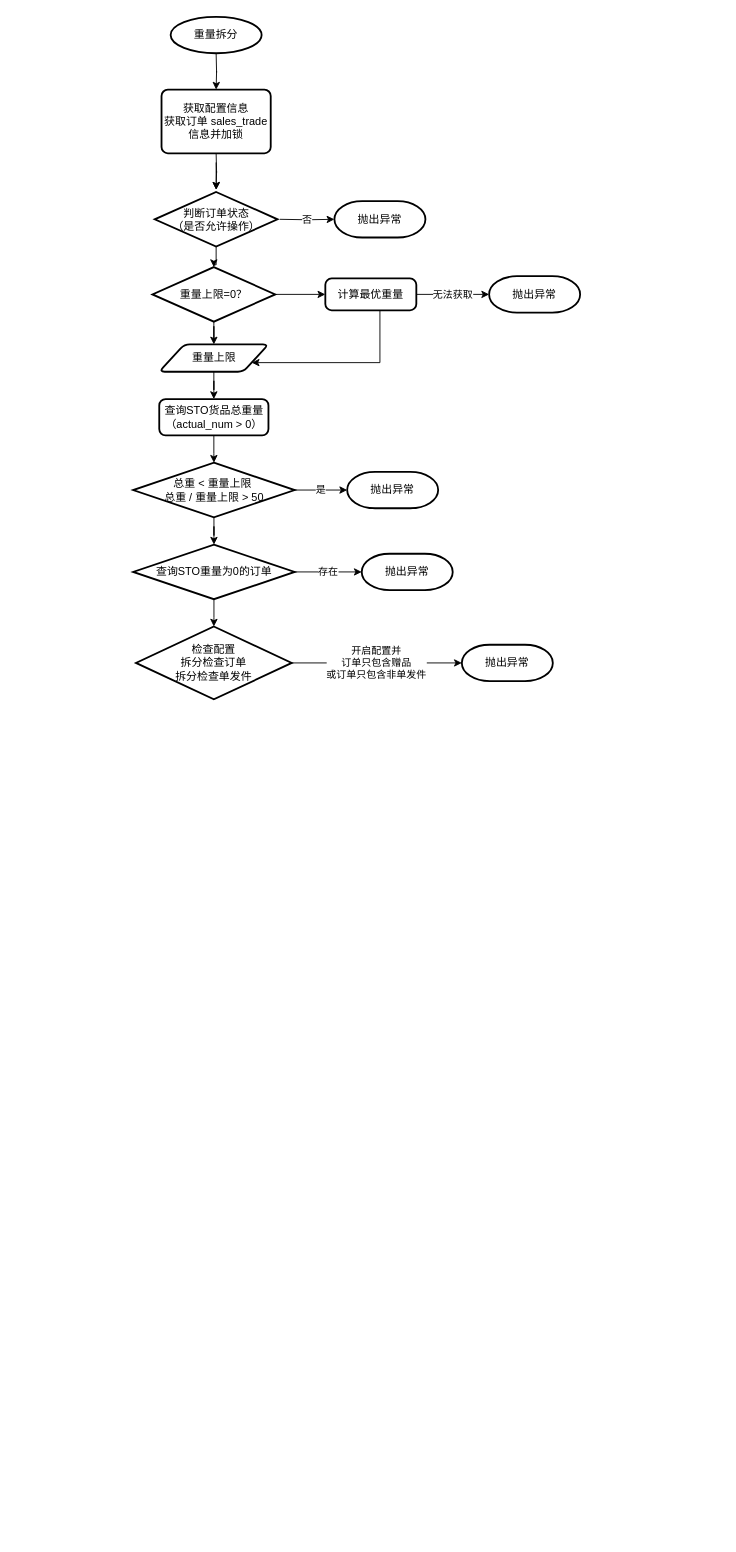
Before: 重量拆分.drawio in letmesayok/MdPic, a draw.io diagram. Source tidied: cells renumbered, new cells numbered last; positions are measured from the earlier drawing's top-left corner, leaving out a move shared by most shapes. Both pictures are drawn from the tidied source at 91%, with x=0, y=0 at pixel (133, 16).
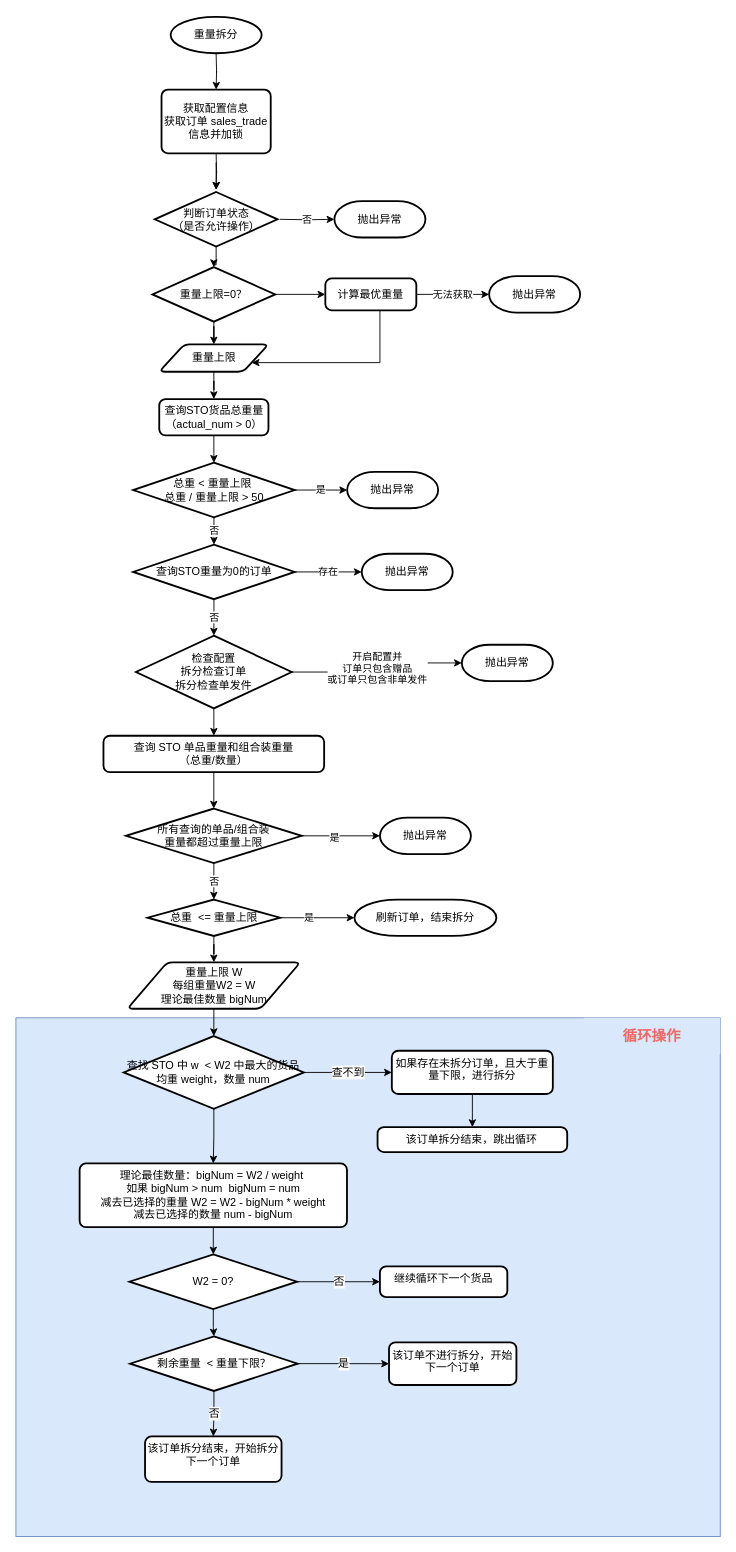
After the change.

Commit message:
更新重量拆分.drawio

Unchanged cells that the change refers to:
```xml
<mxCell id="24" value="总重 &amp;lt; 重量上限&amp;nbsp;&lt;br&gt;总重 / 重量上限 &amp;gt; 50" style="strokeWidth=2;html=1;shape=mxgraph.flowchart.decision;whiteSpace=wrap;" parent="1" vertex="1">
  <mxGeometry x="-0.2" y="490" width="177.5" height="60" as="geometry" />
</mxCell>
<mxCell id="28" value="查询STO重量为0的订单" style="strokeWidth=2;html=1;shape=mxgraph.flowchart.decision;whiteSpace=wrap;" parent="1" vertex="1">
  <mxGeometry x="-0.2" y="580" width="177.5" height="60" as="geometry" />
</mxCell>
```

The edit, as a diff of the source:
```diff
@@
+    <mxCell id="33" style="whiteSpace=wrap;html=1;fillColor=#dae8fc;strokeColor=#6c8ebf;" parent="1" vertex="1">
+      <mxGeometry x="-129" y="1100" width="774" height="570" as="geometry" />
+    </mxCell>
@@
-    <mxCell id="23" style="edgeStyle=orthogonalEdgeStyle;rounded=0;jettySize=auto;html=1;" parent="1" edge="1" source="24" target="28">
+    <mxCell id="23" value="否" style="edgeStyle=orthogonalEdgeStyle;rounded=0;jettySize=auto;html=1;" parent="1" edge="1" source="24" target="28">
       <mxGeometry relative="1" as="geometry" />
     </mxCell>
@@
-    <mxCell id="27" style="edgeStyle=orthogonalEdgeStyle;rounded=0;jettySize=auto;html=1;" parent="1" edge="1" source="28" target="31">
+    <mxCell id="27" value="否" style="edgeStyle=orthogonalEdgeStyle;rounded=0;jettySize=auto;html=1;" parent="1" edge="1" source="28" target="31">
       <mxGeometry relative="1" as="geometry" />
     </mxCell>
@@
+    <mxCell id="34" style="edgeStyle=orthogonalEdgeStyle;rounded=0;jettySize=auto;html=1;" parent="1" edge="1" source="31" target="36">
+      <mxGeometry relative="1" as="geometry" />
+    </mxCell>
     <mxCell id="31" value="检查配置&lt;br&gt;拆分检查订单&lt;br&gt;拆分检查单发件" style="strokeWidth=2;html=1;shape=mxgraph.flowchart.decision;whiteSpace=wrap;" parent="1" vertex="1">
-      <mxGeometry x="2.9" y="670" width="171.2" height="80" as="geometry" />
+      <mxGeometry x="2.9" y="680" width="171.2" height="80" as="geometry" />
     </mxCell>
@@
+    <mxCell id="35" style="edgeStyle=orthogonalEdgeStyle;rounded=0;jettySize=auto;html=1;" parent="1" edge="1" source="36" target="40">
+      <mxGeometry relative="1" as="geometry" />
+    </mxCell>
+    <mxCell id="36" value="查询 STO 单品重量和组合装重量&lt;br&gt;（总重/数量）" style="rounded=1;whiteSpace=wrap;html=1;absoluteArcSize=1;arcSize=14;strokeWidth=2;" parent="1" vertex="1">
+      <mxGeometry x="-32.8" y="790" width="242.5" height="40" as="geometry" />
+    </mxCell>
+    <mxCell id="37" style="edgeStyle=orthogonalEdgeStyle;rounded=0;jettySize=auto;html=1;" parent="1" edge="1" source="40" target="41">
+      <mxGeometry relative="1" as="geometry" />
+    </mxCell>
+    <mxCell id="38" value="是" style="edgeLabel;html=1;align=center;verticalAlign=middle;" parent="37" vertex="1">
+      <mxGeometry x="-0.19" y="-1" relative="1" as="geometry" />
+    </mxCell>
+    <mxCell id="39" value="否&lt;br&gt;" style="edgeStyle=orthogonalEdgeStyle;rounded=0;jettySize=auto;html=1;entryX=0.5;entryY=0;entryDx=0;entryDy=0;entryPerimeter=0;" parent="1" edge="1" source="40" target="45">
+      <mxGeometry relative="1" as="geometry" />
+    </mxCell>
+    <mxCell id="40" value="所有查询的单品/组合装&lt;br&gt;重量都超过重量上限" style="strokeWidth=2;html=1;shape=mxgraph.flowchart.decision;whiteSpace=wrap;" parent="1" vertex="1">
+      <mxGeometry x="-8.1" y="870" width="193.1" height="60" as="geometry" />
+    </mxCell>
+    <mxCell id="41" value="抛出异常" style="strokeWidth=2;html=1;shape=mxgraph.flowchart.terminator;whiteSpace=wrap;" parent="1" vertex="1">
+      <mxGeometry x="271" y="880" width="100" height="40" as="geometry" />
+    </mxCell>
+    <mxCell id="42" style="edgeStyle=orthogonalEdgeStyle;rounded=0;jettySize=auto;html=1;" parent="1" edge="1" source="45" target="46">
+      <mxGeometry relative="1" as="geometry" />
+    </mxCell>
+    <mxCell id="43" value="是" style="edgeLabel;html=1;align=center;verticalAlign=middle;" parent="42" vertex="1">
+      <mxGeometry x="-0.24" y="1" relative="1" as="geometry" />
+    </mxCell>
+    <mxCell id="44" style="edgeStyle=orthogonalEdgeStyle;rounded=0;jettySize=auto;html=1;entryX=0.5;entryY=0;entryDx=0;entryDy=0;fontSize=16;fontColor=#EA6B66;" parent="1" edge="1" source="45" target="48">
+      <mxGeometry relative="1" as="geometry" />
+    </mxCell>
+    <mxCell id="45" value="总重&amp;nbsp; &amp;lt;= 重量上限" style="strokeWidth=2;html=1;shape=mxgraph.flowchart.decision;whiteSpace=wrap;" parent="1" vertex="1">
+      <mxGeometry x="15.7" y="970" width="145.6" height="40" as="geometry" />
+    </mxCell>
+    <mxCell id="46" value="刷新订单，结束拆分" style="strokeWidth=2;html=1;shape=mxgraph.flowchart.terminator;whiteSpace=wrap;" parent="1" vertex="1">
+      <mxGeometry x="243" y="970" width="156" height="40" as="geometry" />
+    </mxCell>
+    <mxCell id="47" style="edgeStyle=orthogonalEdgeStyle;rounded=0;jettySize=auto;html=1;fontSize=16;fontColor=#EA6B66;" parent="1" edge="1" source="48" target="51">
+      <mxGeometry relative="1" as="geometry" />
+    </mxCell>
+    <mxCell id="48" value="重量上限 W&lt;br&gt;每组重量W2 = W&lt;br&gt;理论最佳数量 bigNum" style="shape=parallelogram;html=1;strokeWidth=2;perimeter=parallelogramPerimeter;whiteSpace=wrap;rounded=1;arcSize=12;size=0.23;" parent="1" vertex="1">
+      <mxGeometry x="-6.5" y="1039" width="190" height="51" as="geometry" />
+    </mxCell>
+    <mxCell id="49" style="edgeStyle=orthogonalEdgeStyle;rounded=0;jettySize=auto;html=1;fontSize=16;fontColor=#EA6B66;" parent="1" edge="1" source="51" target="53">
+      <mxGeometry relative="1" as="geometry" />
+    </mxCell>
+    <mxCell id="50" value="查不到" style="edgeStyle=orthogonalEdgeStyle;rounded=0;jettySize=auto;html=1;fontSize=12;fontColor=#000000;" parent="1" edge="1" source="51" target="55">
+      <mxGeometry relative="1" as="geometry" />
+    </mxCell>
+    <mxCell id="51" value="&lt;span style=&quot;text-align: left&quot;&gt;查找 STO 中 w&amp;nbsp; &amp;lt; W2 中最大的货品均重 weight，数量 num&lt;/span&gt;" style="strokeWidth=2;html=1;shape=mxgraph.flowchart.decision;whiteSpace=wrap;" parent="1" vertex="1">
+      <mxGeometry x="-10.6" y="1120" width="198.1" height="80" as="geometry" />
+    </mxCell>
+    <mxCell id="52" style="edgeStyle=orthogonalEdgeStyle;rounded=0;jettySize=auto;html=1;fontSize=12;fontColor=#000000;" parent="1" edge="1" source="53" target="60">
+      <mxGeometry relative="1" as="geometry" />
+    </mxCell>
+    <mxCell id="53" value="&lt;span&gt;理论最佳数量：bigNum = W2 / weight&amp;nbsp;&lt;/span&gt;&lt;br&gt;&lt;div&gt;如果 bigNum &amp;gt; num&amp;nbsp; bigNum = num&lt;/div&gt;&lt;div&gt;减去已选择的重量 W2 = W2 - bigNum * weight&lt;/div&gt;&lt;div style=&quot;&quot;&gt;减去已选择的数量 num - bigNum&lt;/div&gt;" style="rounded=1;whiteSpace=wrap;html=1;absoluteArcSize=1;arcSize=14;strokeWidth=2;align=center;verticalAlign=top;" parent="1" vertex="1">
+      <mxGeometry x="-59" y="1260" width="293.8" height="70" as="geometry" />
+    </mxCell>
+    <mxCell id="54" style="edgeStyle=orthogonalEdgeStyle;rounded=0;jettySize=auto;html=1;fontSize=12;fontColor=#000000;" parent="1" edge="1" source="55" target="57">
+      <mxGeometry relative="1" as="geometry" />
+    </mxCell>
+    <mxCell id="55" value="如果存在未拆分订单，且大于重量下限，进行拆分" style="rounded=1;whiteSpace=wrap;html=1;absoluteArcSize=1;arcSize=14;strokeWidth=2;align=center;verticalAlign=top;" parent="1" vertex="1">
+      <mxGeometry x="284.1" y="1136.2" width="176.9" height="47.5" as="geometry" />
+    </mxCell>
+    <mxCell id="56" value="循环操作" style="text;html=1;strokeColor=none;fillColor=#dae8fc;align=center;verticalAlign=middle;whiteSpace=wrap;rounded=0;fontStyle=1;fontSize=16;labelBorderColor=none;fontColor=#EA6B66;" parent="1" vertex="1">
+      <mxGeometry x="495" y="1100" width="150" height="40" as="geometry" />
+    </mxCell>
+    <mxCell id="57" value="该订单拆分结束，跳出循环" style="rounded=1;whiteSpace=wrap;html=1;absoluteArcSize=1;arcSize=14;strokeWidth=2;align=center;verticalAlign=top;" parent="1" vertex="1">
+      <mxGeometry x="268.4" y="1220" width="208.4" height="27.5" as="geometry" />
+    </mxCell>
+    <mxCell id="58" value="否" style="edgeStyle=orthogonalEdgeStyle;rounded=0;jettySize=auto;html=1;fontSize=12;fontColor=#000000;" parent="1" edge="1" source="60" target="61">
+      <mxGeometry relative="1" as="geometry" />
+    </mxCell>
+    <mxCell id="59" style="edgeStyle=orthogonalEdgeStyle;rounded=0;jettySize=auto;html=1;fontSize=12;fontColor=#000000;" parent="1" edge="1" source="60" target="64">
+      <mxGeometry relative="1" as="geometry" />
+    </mxCell>
+    <mxCell id="60" value="&lt;span style=&quot;text-align: left&quot;&gt;W2 = 0?&lt;/span&gt;" style="strokeWidth=2;html=1;shape=mxgraph.flowchart.decision;whiteSpace=wrap;" parent="1" vertex="1">
+      <mxGeometry x="-4.2" y="1360" width="184.1" height="60" as="geometry" />
+    </mxCell>
+    <mxCell id="61" value="继续循环下一个货品" style="rounded=1;whiteSpace=wrap;html=1;absoluteArcSize=1;arcSize=14;strokeWidth=2;align=center;verticalAlign=top;" parent="1" vertex="1">
+      <mxGeometry x="271" y="1373.1" width="140" height="33.8" as="geometry" />
+    </mxCell>
+    <mxCell id="62" value="否&lt;br&gt;" style="edgeStyle=orthogonalEdgeStyle;rounded=0;jettySize=auto;html=1;fontSize=12;fontColor=#000000;" parent="1" edge="1" source="64" target="66">
+      <mxGeometry relative="1" as="geometry" />
+    </mxCell>
+    <mxCell id="63" value="是" style="edgeStyle=orthogonalEdgeStyle;rounded=0;jettySize=auto;html=1;fontSize=12;fontColor=#000000;" parent="1" edge="1" source="64" target="65">
+      <mxGeometry relative="1" as="geometry" />
+    </mxCell>
+    <mxCell id="64" value="剩余重量&amp;nbsp; &amp;lt; 重量下限？" style="strokeWidth=2;html=1;shape=mxgraph.flowchart.decision;whiteSpace=wrap;" parent="1" vertex="1">
+      <mxGeometry x="-3.5" y="1450" width="184.1" height="60" as="geometry" />
+    </mxCell>
+    <mxCell id="65" value="该订单不进行拆分，开始下一个订单" style="rounded=1;whiteSpace=wrap;html=1;absoluteArcSize=1;arcSize=14;strokeWidth=2;align=center;verticalAlign=top;" parent="1" vertex="1">
+      <mxGeometry x="281" y="1456.6" width="140" height="46.9" as="geometry" />
+    </mxCell>
+    <mxCell id="66" value="该订单拆分结束，开始拆分下一个订单" style="rounded=1;whiteSpace=wrap;html=1;absoluteArcSize=1;arcSize=14;strokeWidth=2;align=center;verticalAlign=top;" parent="1" vertex="1">
+      <mxGeometry x="12.9" y="1560" width="150" height="50" as="geometry" />
+    </mxCell>
```
